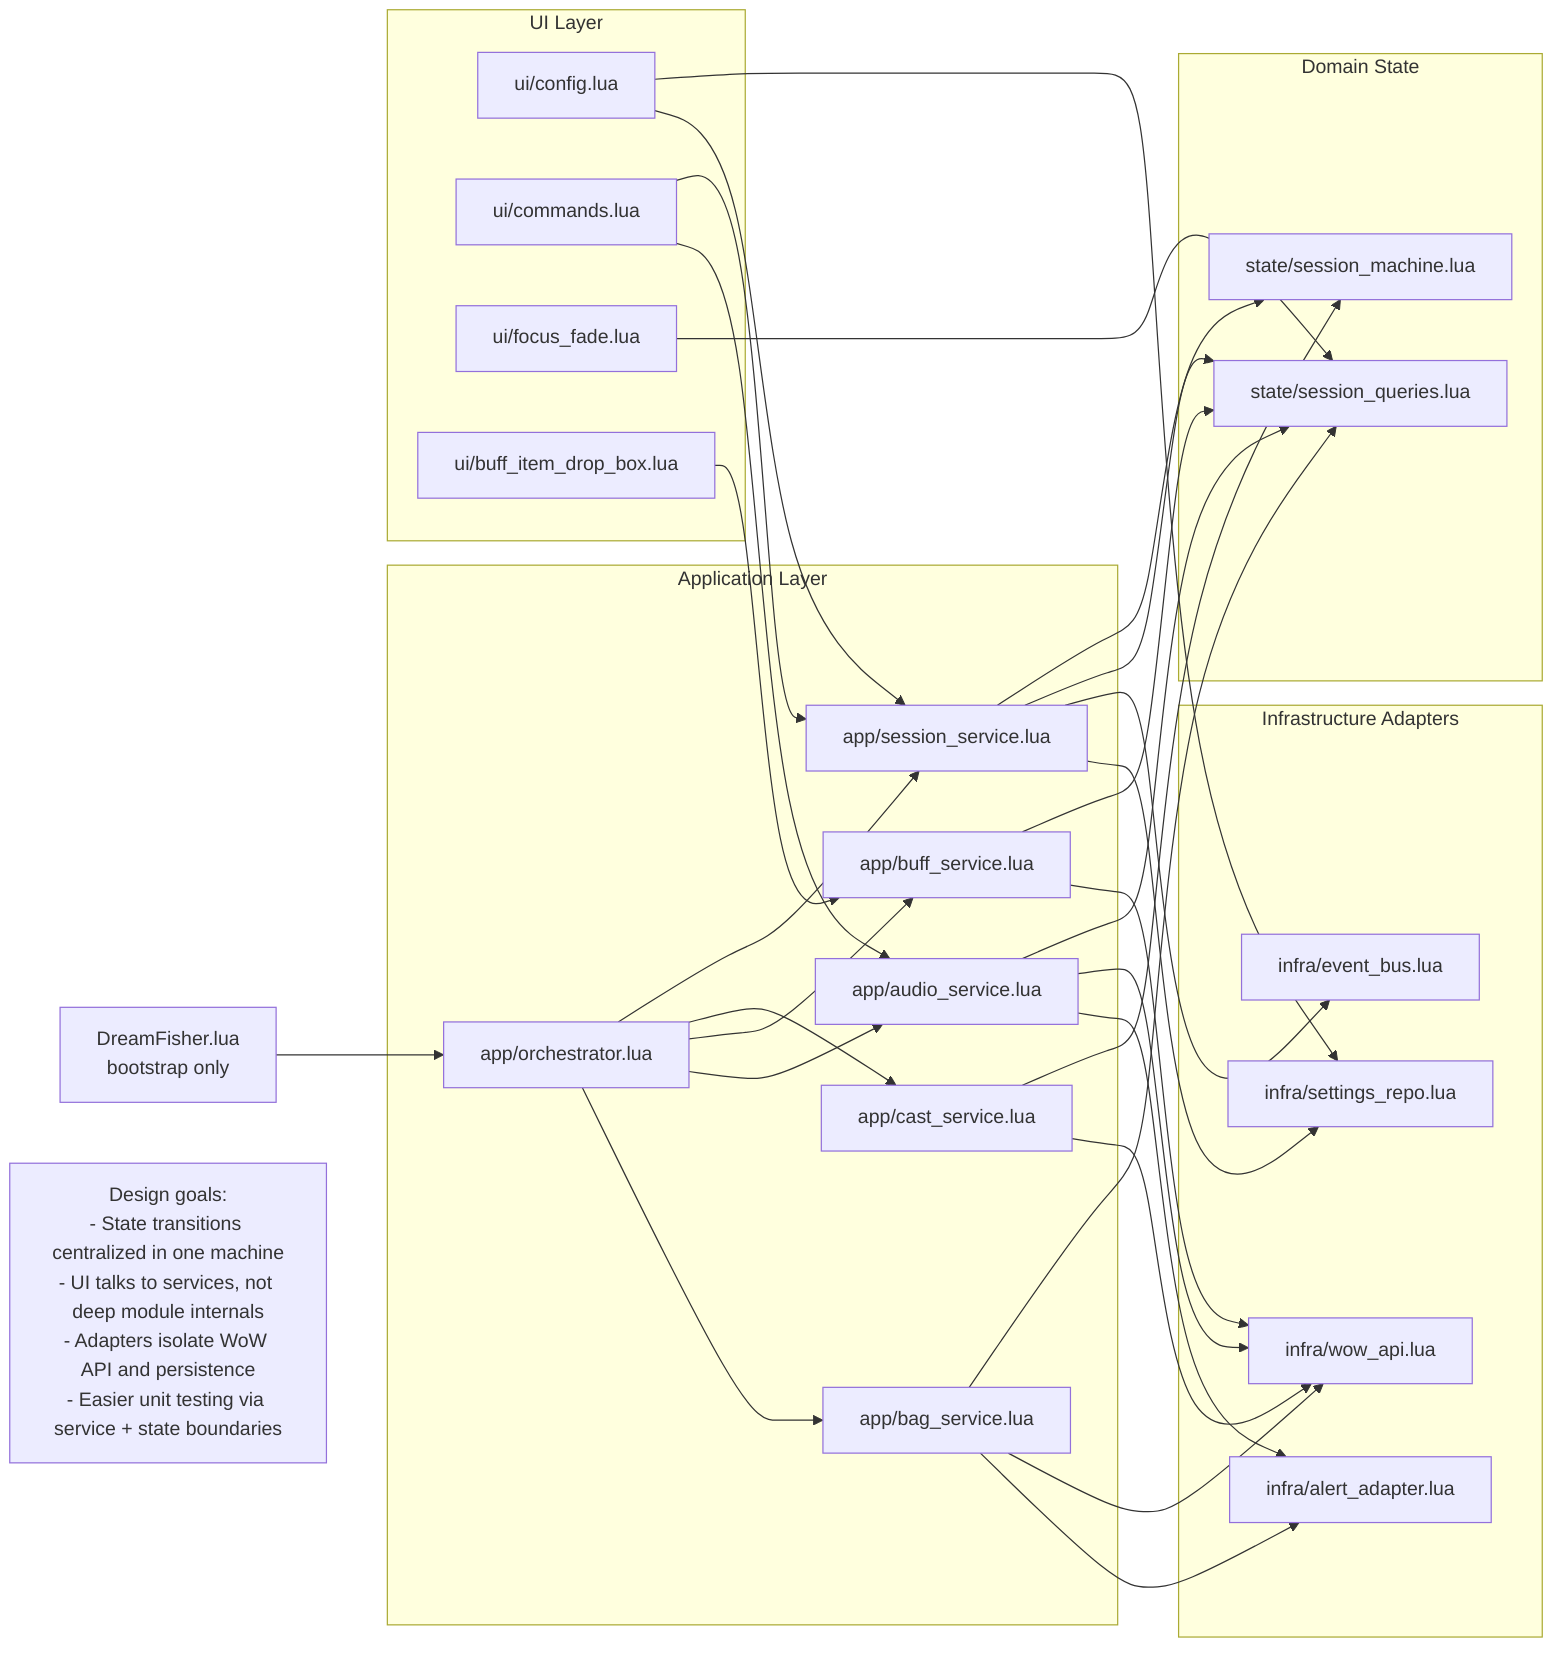
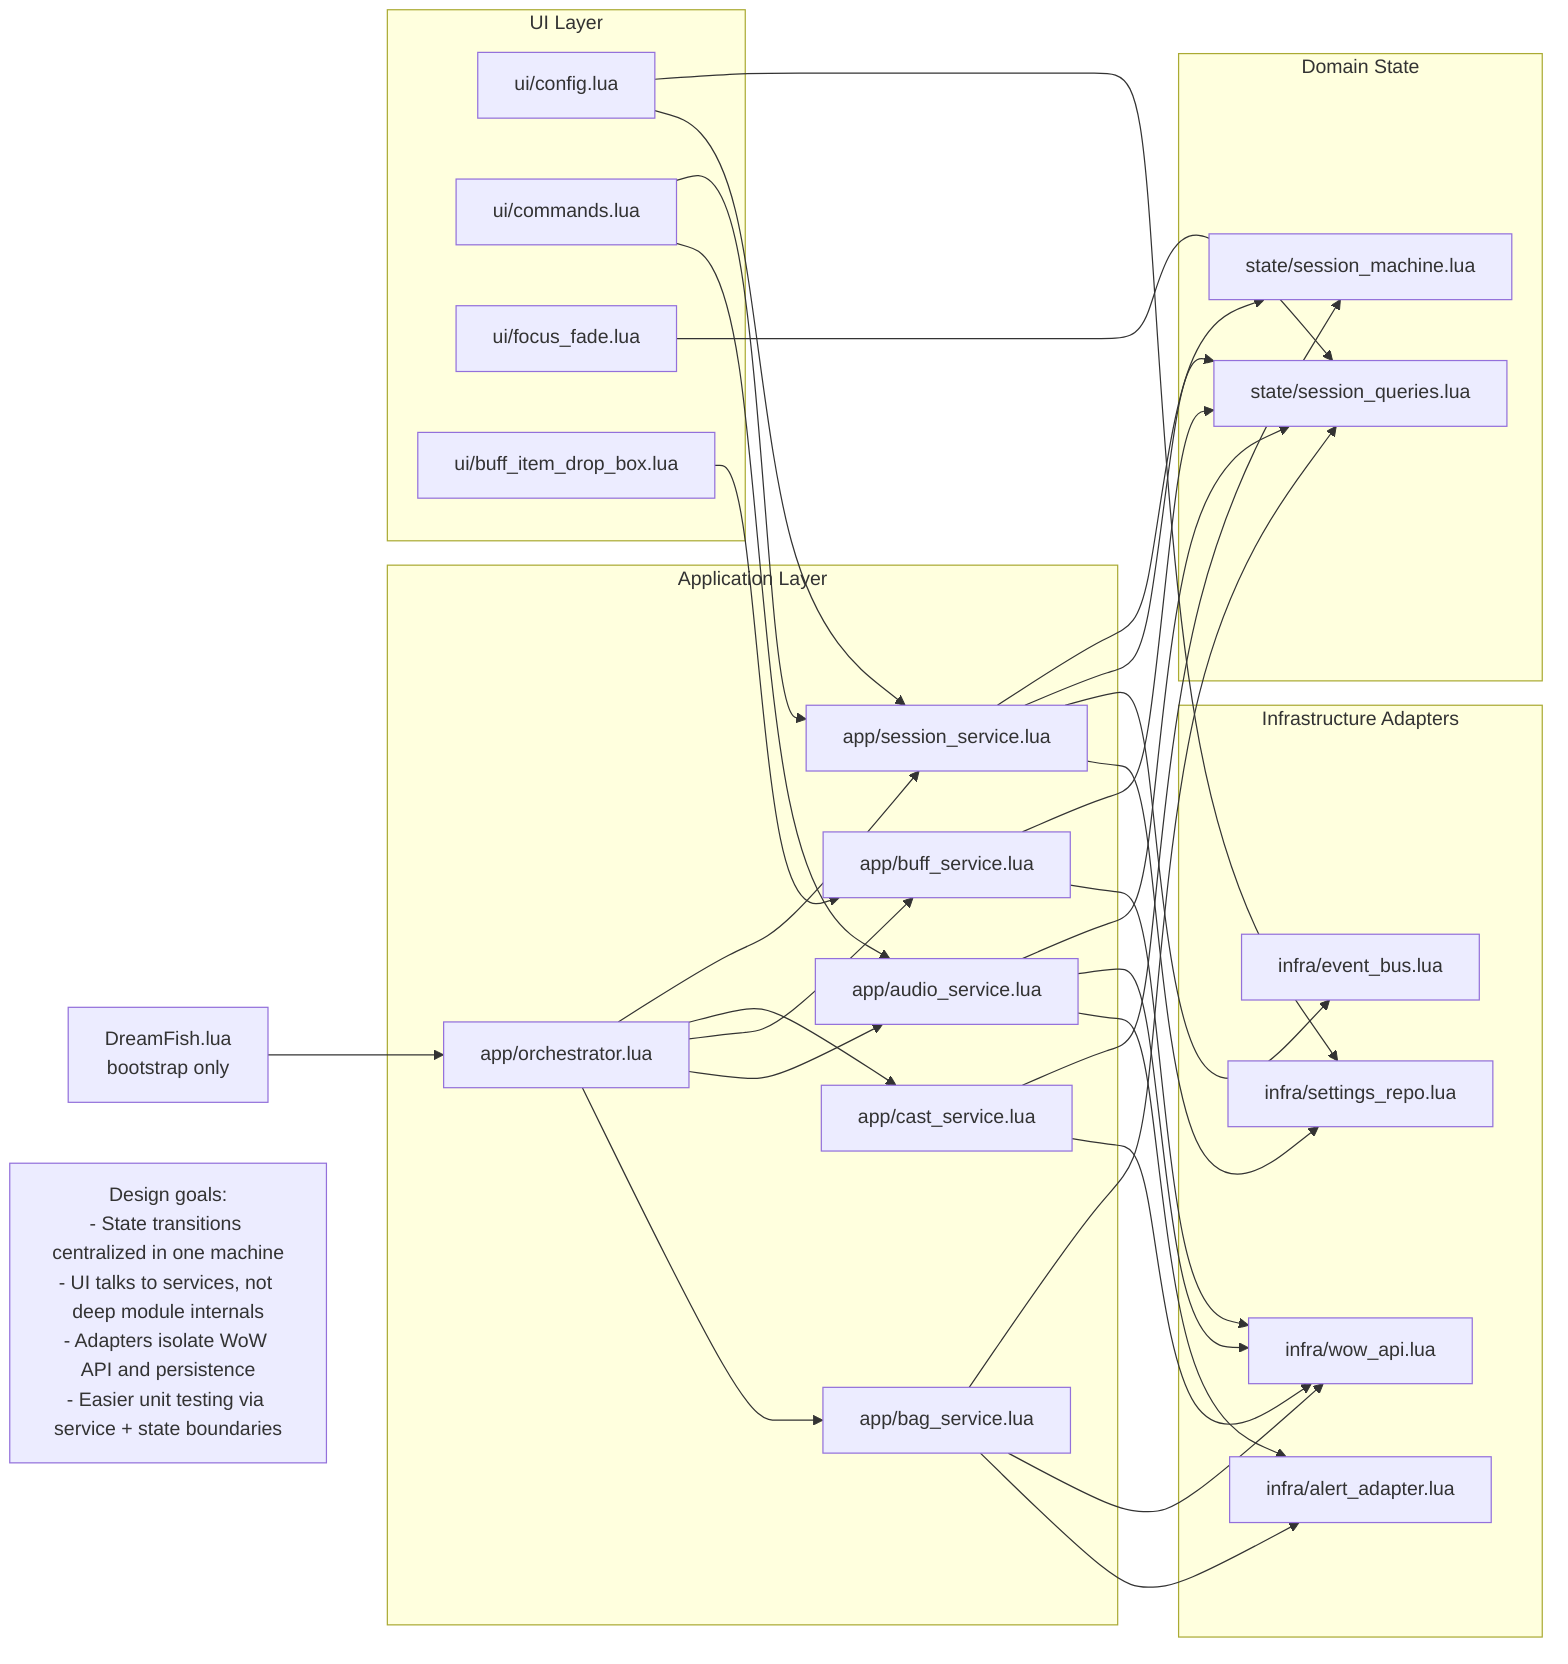

flowchart LR
-     Entry[DreamFisher.lua\nbootstrap only]
+     Entry[DreamFish.lua\nbootstrap only]

    subgraph AppLayer[Application Layer]
        Orchestrator[app/orchestrator.lua]
        SessionSvc[app/session_service.lua]
        CastSvc[app/cast_service.lua]
        BuffSvc[app/buff_service.lua]
        AudioSvc[app/audio_service.lua]
        BagSvc[app/bag_service.lua]
    end

    subgraph Domain[Domain State]
        SessionMachine[state/session_machine.lua]
        SessionQueries[state/session_queries.lua]
    end

    subgraph Infrastructure[Infrastructure Adapters]
        WoWAPI[infra/wow_api.lua]
        Events[infra/event_bus.lua]
        Repo[infra/settings_repo.lua]
        Alerts[infra/alert_adapter.lua]
    end

    subgraph UI[UI Layer]
        UIConfig[ui/config.lua]
        UICommands[ui/commands.lua]
        UIFocus[ui/focus_fade.lua]
        UIBuffBox[ui/buff_item_drop_box.lua]
    end

    Entry --> Orchestrator
    Orchestrator --> SessionSvc
    Orchestrator --> CastSvc
    Orchestrator --> BuffSvc
    Orchestrator --> AudioSvc
    Orchestrator --> BagSvc

    SessionSvc --> SessionMachine
    SessionSvc --> SessionQueries
    CastSvc --> SessionMachine
    BuffSvc --> SessionQueries
    AudioSvc --> SessionQueries
    BagSvc --> SessionQueries

    SessionSvc --> Events
    CastSvc --> WoWAPI
    BuffSvc --> WoWAPI
    AudioSvc --> WoWAPI
    BagSvc --> WoWAPI

    SessionSvc --> Repo
    UIConfig --> Repo
    UICommands --> SessionSvc
    UICommands --> AudioSvc
    UIConfig --> SessionSvc
    UIFocus --> SessionQueries
    UIBuffBox --> BuffSvc

    BagSvc --> Alerts
    AudioSvc --> Alerts

    Note[Design goals:\n- State transitions centralized in one machine\n- UI talks to services, not deep module internals\n- Adapters isolate WoW API and persistence\n- Easier unit testing via service + state boundaries]
